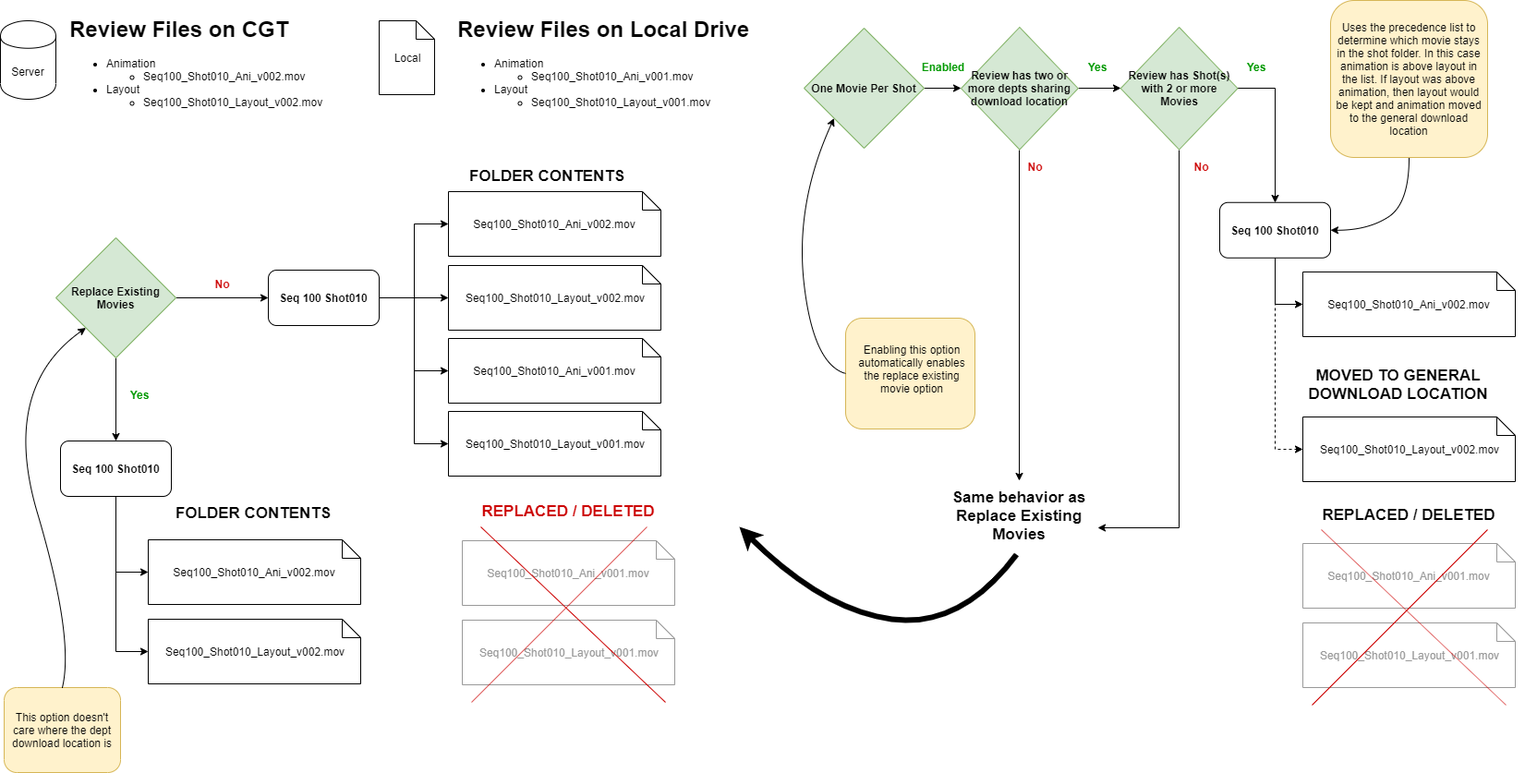
This is Doc/images/review_replace_precedence_options_overview.png from pobrien11/PyAniTools, a draw.io export, as it was before one commit. Source tidied: cells renumbered, new cells last; positions are measured from the earlier drawing's top-left corner, leaving out a move shared by most shapes.
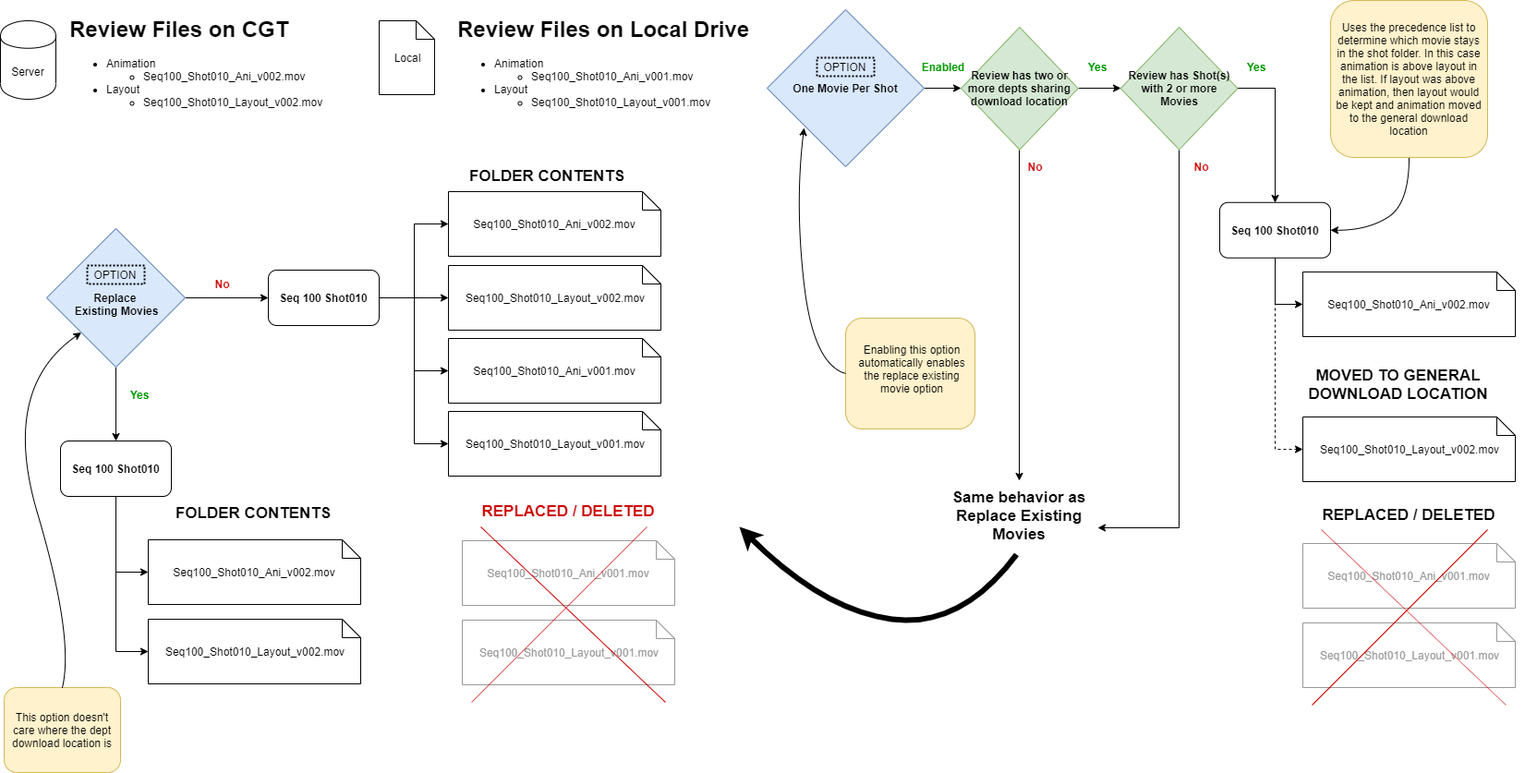
The same diagram one commit later.

Diff of the diagram source:
```diff
@@ -8,8 +8,8 @@
     <mxCell id="3" style="edgeStyle=orthogonalEdgeStyle;rounded=0;jettySize=auto;html=1;exitX=1;exitY=0.5;exitDx=0;exitDy=0;entryX=0;entryY=0.5;entryDx=0;entryDy=0;fontColor=#000000;" parent="1" edge="1" source="4" target="22">
       <mxGeometry relative="1" as="geometry" />
     </mxCell>
-    <mxCell id="4" value="Replace Existing Movies" style="rhombus;whiteSpace=wrap;html=1;fontStyle=1;fillColor=#d5e8d4;strokeColor=#82b366;" parent="1" vertex="1">
-      <mxGeometry x="60" y="257" width="130" height="130" as="geometry" />
+    <mxCell id="4" value="&lt;br&gt;Replace &lt;br&gt;Existing Movies" style="rhombus;whiteSpace=wrap;html=1;fontStyle=1;fillColor=#dae8fc;strokeColor=#6c8ebf;" parent="1" vertex="1">
+      <mxGeometry x="50" y="247" width="150" height="150" as="geometry" />
     </mxCell>
     <mxCell id="5" style="edgeStyle=orthogonalEdgeStyle;rounded=0;jettySize=auto;html=1;exitX=0.5;exitY=1;exitDx=0;exitDy=0;entryX=0;entryY=0.5;entryDx=0;entryDy=0;entryPerimeter=0;" parent="1" edge="1" source="7" target="13">
       <mxGeometry relative="1" as="geometry" />
@@ -83,8 +83,8 @@
     <mxCell id="28" style="edgeStyle=orthogonalEdgeStyle;rounded=0;jettySize=auto;html=1;exitX=1;exitY=0.5;exitDx=0;exitDy=0;entryX=0;entryY=0.5;entryDx=0;entryDy=0;fontSize=12;fontColor=#000000;" parent="1" edge="1" source="29" target="32">
       <mxGeometry relative="1" as="geometry" />
     </mxCell>
-    <mxCell id="29" value="One Movie Per Shot" style="rhombus;whiteSpace=wrap;html=1;fontStyle=1;fillColor=#d5e8d4;strokeColor=#82b366;" parent="1" vertex="1">
-      <mxGeometry x="870" y="30" width="130" height="130" as="geometry" />
+    <mxCell id="29" value="One Movie Per Shot" style="rhombus;whiteSpace=wrap;html=1;fontStyle=1;fillColor=#dae8fc;strokeColor=#6c8ebf;" parent="1" vertex="1">
+      <mxGeometry x="830" y="10" width="170" height="170" as="geometry" />
     </mxCell>
     <mxCell id="30" style="edgeStyle=orthogonalEdgeStyle;rounded=0;jettySize=auto;html=1;exitX=1;exitY=0.5;exitDx=0;exitDy=0;entryX=0;entryY=0.5;entryDx=0;entryDy=0;strokeColor=#000000;fontSize=12;fontColor=#CC0000;" parent="1" edge="1" source="32" target="59">
       <mxGeometry relative="1" as="geometry" />
@@ -103,8 +103,9 @@
     <mxCell id="34" value="Enabling this option automatically enables the replace existing movie option" style="text;html=1;strokeColor=none;fillColor=none;align=center;verticalAlign=middle;whiteSpace=wrap;rounded=0;fontSize=12;fontColor=#000000;" parent="1" vertex="1">
       <mxGeometry x="927" y="364" width="120" height="70" as="geometry" />
     </mxCell>
-    <mxCell id="35" style="curved=1;endArrow=classic;html=1;fontSize=32;fontColor=#000000;exitX=0;exitY=0.5;exitDx=0;exitDy=0;entryX=0;entryY=1;entryDx=0;entryDy=0;" parent="1" edge="1" source="33" target="29">
+    <mxCell id="35" style="curved=1;endArrow=classic;html=1;fontSize=32;fontColor=#000000;exitX=0;exitY=0.5;exitDx=0;exitDy=0;" parent="1" edge="1" source="33">
       <mxGeometry relative="1" as="geometry">
+        <mxPoint x="870" y="138" as="targetPoint" />
         <Array as="points">
           <mxPoint x="880" y="394" />
           <mxPoint x="860" y="220" />
@@ -227,5 +228,11 @@
         </Array>
       </mxGeometry>
     </mxCell>
+    <mxCell id="65" value="&amp;nbsp;OPTION&amp;nbsp;" style="text;html=1;align=center;verticalAlign=middle;whiteSpace=wrap;rounded=0;perimeterSpacing=1;strokeWidth=2;dashed=1;dashPattern=1 1;strokeColor=#000000;" parent="1" vertex="1">
+      <mxGeometry x="94" y="287" width="62" height="20" as="geometry" />
+    </mxCell>
+    <mxCell id="66" value="&amp;nbsp;OPTION&amp;nbsp;" style="text;html=1;align=center;verticalAlign=middle;whiteSpace=wrap;rounded=0;perimeterSpacing=1;strokeWidth=2;dashed=1;dashPattern=1 1;strokeColor=#000000;" parent="1" vertex="1">
+      <mxGeometry x="884" y="62" width="62" height="20" as="geometry" />
+    </mxCell>
   </root>
 </mxGraphModel>
```
